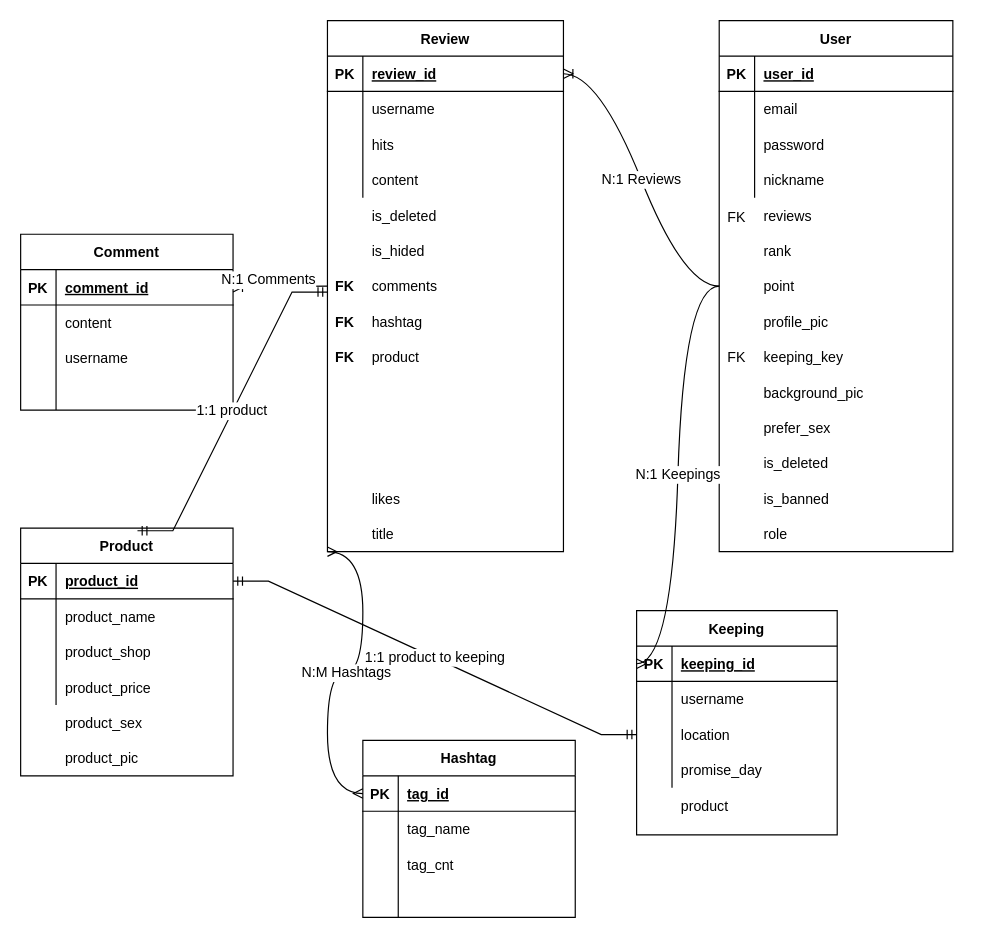
lectykim/sreview keeps this draw.io diagram as sreview.drawio. Above is the earlier version. Source tidied: cells renumbered, new cells numbered last; positions are measured from the earlier drawing's top-left corner, leaving out a move shared by most shapes. Both pictures are drawn from the tidied source at 118%, with x=0, y=0 at pixel (20, 20).
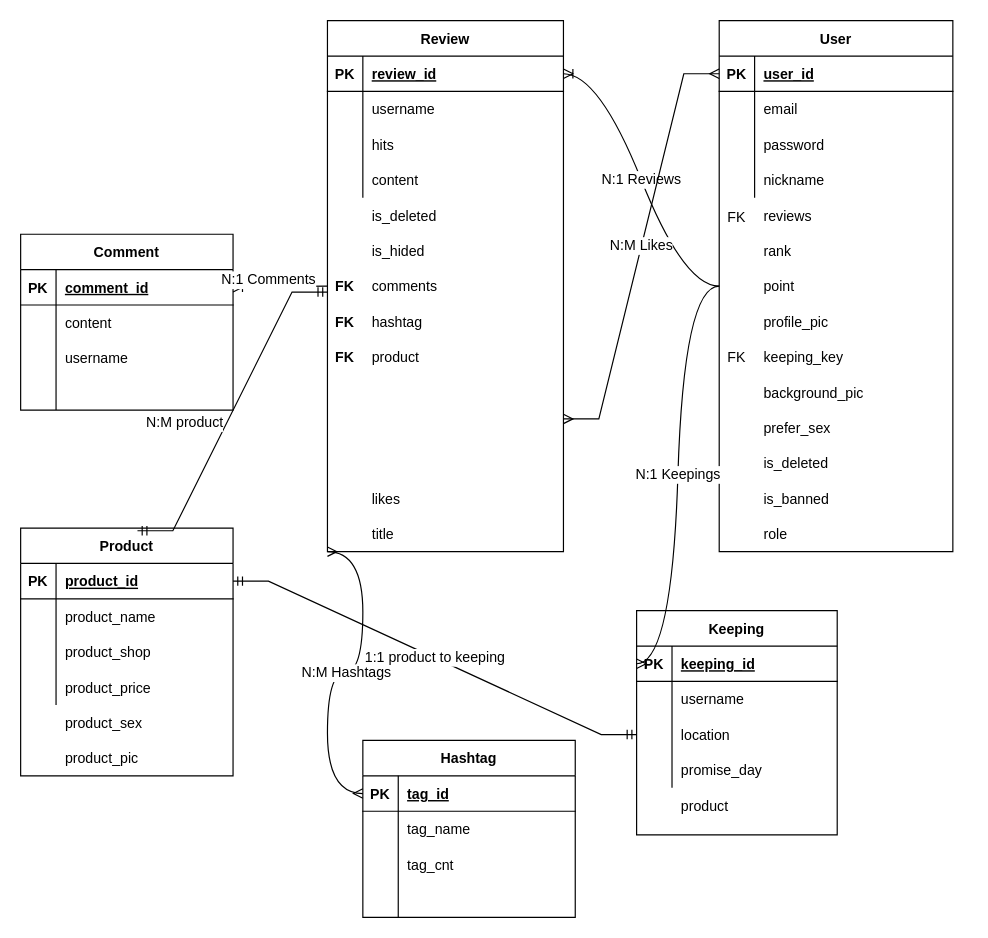
Above is the later version.

Commit message (it also covers changes not shown here):
likes_N:M mapping complete

The change refers to these unchanged cells:
```xml
<mxCell id="3" style="shape=tableRow;horizontal=0;startSize=0;swimlaneHead=0;swimlaneBody=0;fillColor=none;points=[[0,0.5],[1,0.5]];portConstraint=eastwest;top=0;left=0;right=0;bottom=1;" parent="2" vertex="1">
  <mxGeometry y="30" width="198" height="30" as="geometry" />
</mxCell>
<mxCell id="24" value="Review" style="shape=table;startSize=30;childLayout=tableLayout;rowLines=0;fontStyle=1;align=center;" parent="1" vertex="1">
  <mxGeometry x="260" width="200" height="450" as="geometry" />
</mxCell>
<mxCell id="92" value="Product" style="shape=table;startSize=30;childLayout=tableLayout;rowLines=0;fontStyle=1;align=center;" parent="1" vertex="1">
  <mxGeometry y="430" width="180" height="210" as="geometry" />
</mxCell>
```

Diff of the diagram source:
```diff
@@
-    <mxCell id="111" value="1:1 product" style="edgeStyle=entityRelationEdgeStyle;fontSize=12;html=1;endArrow=ERmandOne;startArrow=ERmandOne;rounded=0;exitX=0.55;exitY=0.011;exitDx=0;exitDy=0;exitPerimeter=0;" parent="1" edge="1" source="92">
-      <mxGeometry relative="1" as="geometry">
+    <mxCell id="111" value="N:M product" style="edgeStyle=entityRelationEdgeStyle;fontSize=12;html=1;endArrow=ERmandOne;startArrow=ERmandOne;rounded=0;exitX=0.55;exitY=0.011;exitDx=0;exitDy=0;exitPerimeter=0;" parent="1" edge="1" source="92">
+      <mxGeometry x="-0.18" y="31" relative="1" as="geometry">
         <mxPoint x="260" y="230" as="targetPoint" />
+        <mxPoint x="-1" as="offset" />
       </mxGeometry>
     </mxCell>
@@
+    <mxCell id="114" value="N:M Likes" style="edgeStyle=entityRelationEdgeStyle;fontSize=12;html=1;endArrow=ERmany;startArrow=ERmany;rounded=0;entryX=0;entryY=0.5;entryDx=0;entryDy=0;exitX=1;exitY=0.75;exitDx=0;exitDy=0;" parent="1" edge="1" source="24" target="3">
+      <mxGeometry relative="1" as="geometry" />
+    </mxCell>
```
